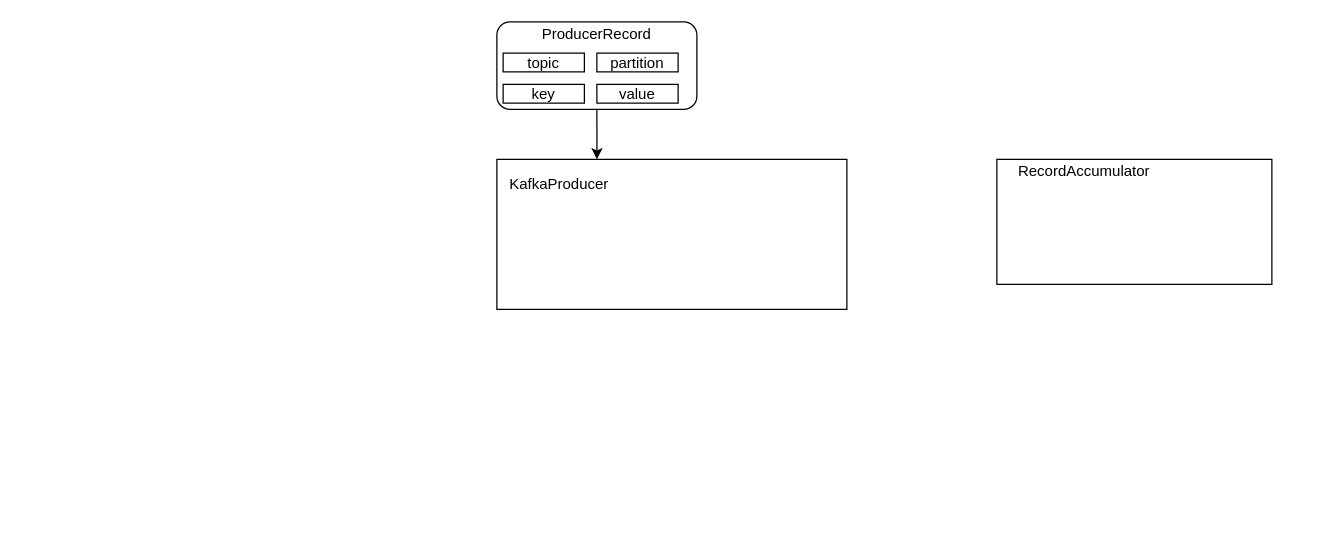
Before: Kafka.drawio in JianHao-Chen/UML, a draw.io diagram. Source tidied: cells renumbered, new cells numbered last; positions are measured from the earlier drawing's top-left corner, leaving out a move shared by most shapes. Both pictures are drawn from the tidied source at 125%, with x=0, y=0 at pixel (496, 21).
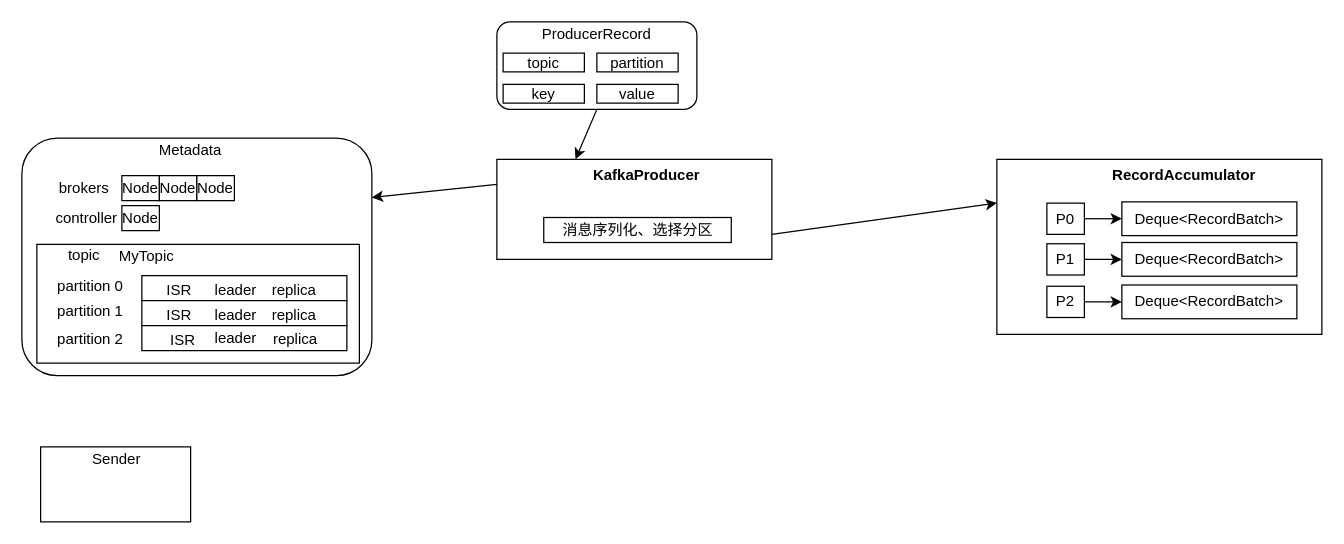
The same page after the edit.

Change to the diagram source:
```diff
@@
+    <mxCell id="13" style="rounded=1;whiteSpace=wrap;html=1;" parent="1" vertex="1">
+      <mxGeometry x="-380" y="93" width="280" height="190" as="geometry" />
+    </mxCell>
+    <mxCell id="14" style="rounded=0;whiteSpace=wrap;html=1;" parent="1" vertex="1">
+      <mxGeometry x="-368" y="178" width="258" height="95" as="geometry" />
+    </mxCell>
     <mxCell id="2" style="rounded=0;whiteSpace=wrap;html=1;" parent="1" vertex="1">
-      <mxGeometry y="110" width="280" height="120" as="geometry" />
+      <mxGeometry y="110" width="220" height="80" as="geometry" />
     </mxCell>
@@
-    <mxCell id="4" value="KafkaProducer" style="text;html=1;strokeColor=none;fillColor=none;align=center;verticalAlign=middle;whiteSpace=wrap;rounded=0;" parent="1" vertex="1">
-      <mxGeometry x="30" y="120" width="40" height="20" as="geometry" />
+    <mxCell id="4" value="&lt;b&gt;KafkaProducer&lt;/b&gt;" style="text;html=1;strokeColor=none;fillColor=none;align=center;verticalAlign=middle;whiteSpace=wrap;rounded=0;" parent="1" vertex="1">
+      <mxGeometry x="100" y="113" width="40" height="20" as="geometry" />
     </mxCell>
@@
     <mxCell id="11" style="rounded=0;whiteSpace=wrap;html=1;" parent="1" vertex="1">
-      <mxGeometry x="400" y="110" width="220" height="100" as="geometry" />
+      <mxGeometry x="400" y="110" width="260" height="140" as="geometry" />
     </mxCell>
-    <mxCell id="12" value="RecordAccumulator" style="text;html=1;strokeColor=none;fillColor=none;align=center;verticalAlign=middle;whiteSpace=wrap;rounded=0;" parent="1" vertex="1">
-      <mxGeometry x="450" y="110" width="40" height="20" as="geometry" />
+    <mxCell id="12" value="&lt;b&gt;RecordAccumulator&lt;/b&gt;" style="text;html=1;strokeColor=none;fillColor=none;align=center;verticalAlign=middle;whiteSpace=wrap;rounded=0;" parent="1" vertex="1">
+      <mxGeometry x="530" y="113" width="40" height="20" as="geometry" />
     </mxCell>
+    <mxCell id="15" value="Metadata" style="text;html=1;strokeColor=none;fillColor=none;align=center;verticalAlign=middle;whiteSpace=wrap;rounded=0;" parent="1" vertex="1">
+      <mxGeometry x="-265" y="93" width="40" height="20" as="geometry" />
+    </mxCell>
+    <mxCell id="16" value="Node" style="rounded=0;whiteSpace=wrap;html=1;" parent="1" vertex="1">
+      <mxGeometry x="-300" y="123" width="30" height="20" as="geometry" />
+    </mxCell>
+    <mxCell id="17" style="rounded=0;whiteSpace=wrap;html=1;" parent="1" vertex="1">
+      <mxGeometry x="-284" y="203" width="164" height="20" as="geometry" />
+    </mxCell>
+    <mxCell id="18" value="brokers" style="text;html=1;strokeColor=none;fillColor=none;align=center;verticalAlign=middle;whiteSpace=wrap;rounded=0;" parent="1" vertex="1">
+      <mxGeometry x="-350" y="123" width="40" height="20" as="geometry" />
+    </mxCell>
+    <mxCell id="19" value="&lt;span style=&quot;white-space: normal&quot;&gt;Node&lt;/span&gt;" style="rounded=0;whiteSpace=wrap;html=1;" parent="1" vertex="1">
+      <mxGeometry x="-270" y="123" width="30" height="20" as="geometry" />
+    </mxCell>
+    <mxCell id="20" value="&lt;span style=&quot;white-space: normal&quot;&gt;Node&lt;/span&gt;" style="rounded=0;whiteSpace=wrap;html=1;" parent="1" vertex="1">
+      <mxGeometry x="-240" y="123" width="30" height="20" as="geometry" />
+    </mxCell>
+    <mxCell id="21" value="&lt;span style=&quot;white-space: normal&quot;&gt;Node&lt;/span&gt;" style="rounded=0;whiteSpace=wrap;html=1;" parent="1" vertex="1">
+      <mxGeometry x="-300" y="147" width="30" height="20" as="geometry" />
+    </mxCell>
+    <mxCell id="22" value="controller" style="text;html=1;strokeColor=none;fillColor=none;align=center;verticalAlign=middle;whiteSpace=wrap;rounded=0;" parent="1" vertex="1">
+      <mxGeometry x="-348" y="147" width="40" height="20" as="geometry" />
+    </mxCell>
+    <mxCell id="23" value="topic" style="text;html=1;strokeColor=none;fillColor=none;align=center;verticalAlign=middle;whiteSpace=wrap;rounded=0;" parent="1" vertex="1">
+      <mxGeometry x="-350" y="177" width="40" height="20" as="geometry" />
+    </mxCell>
+    <mxCell id="24" value="MyTopic" style="text;html=1;strokeColor=none;fillColor=none;align=center;verticalAlign=middle;whiteSpace=wrap;rounded=0;" parent="1" vertex="1">
+      <mxGeometry x="-300" y="178" width="40" height="20" as="geometry" />
+    </mxCell>
+    <mxCell id="25" value="partition 0" style="text;html=1;strokeColor=none;fillColor=none;align=center;verticalAlign=middle;whiteSpace=wrap;rounded=0;" parent="1" vertex="1">
+      <mxGeometry x="-355" y="201.5" width="60" height="20" as="geometry" />
+    </mxCell>
+    <mxCell id="26" value="leader&amp;nbsp;" style="text;html=1;strokeColor=none;fillColor=none;align=center;verticalAlign=middle;whiteSpace=wrap;rounded=0;" parent="1" vertex="1">
+      <mxGeometry x="-232" y="205" width="50" height="19" as="geometry" />
+    </mxCell>
+    <mxCell id="27" value="ISR" style="text;html=1;strokeColor=none;fillColor=none;align=center;verticalAlign=middle;whiteSpace=wrap;rounded=0;" parent="1" vertex="1">
+      <mxGeometry x="-275" y="206" width="42" height="18" as="geometry" />
+    </mxCell>
+    <mxCell id="28" value="replica" style="text;html=1;strokeColor=none;fillColor=none;align=center;verticalAlign=middle;whiteSpace=wrap;rounded=0;" parent="1" vertex="1">
+      <mxGeometry x="-182" y="206" width="40" height="17" as="geometry" />
+    </mxCell>
+    <mxCell id="29" style="rounded=0;whiteSpace=wrap;html=1;" parent="1" vertex="1">
+      <mxGeometry x="-284" y="223" width="164" height="20" as="geometry" />
+    </mxCell>
+    <mxCell id="30" value="partition 1" style="text;html=1;strokeColor=none;fillColor=none;align=center;verticalAlign=middle;whiteSpace=wrap;rounded=0;" parent="1" vertex="1">
+      <mxGeometry x="-355" y="221.5" width="60" height="20" as="geometry" />
+    </mxCell>
+    <mxCell id="31" value="leader&amp;nbsp;" style="text;html=1;strokeColor=none;fillColor=none;align=center;verticalAlign=middle;whiteSpace=wrap;rounded=0;" parent="1" vertex="1">
+      <mxGeometry x="-232" y="225" width="50" height="19" as="geometry" />
+    </mxCell>
+    <mxCell id="32" value="ISR" style="text;html=1;strokeColor=none;fillColor=none;align=center;verticalAlign=middle;whiteSpace=wrap;rounded=0;" parent="1" vertex="1">
+      <mxGeometry x="-275" y="226" width="42" height="18" as="geometry" />
+    </mxCell>
+    <mxCell id="33" value="replica" style="text;html=1;strokeColor=none;fillColor=none;align=center;verticalAlign=middle;whiteSpace=wrap;rounded=0;" parent="1" vertex="1">
+      <mxGeometry x="-182" y="226" width="40" height="17" as="geometry" />
+    </mxCell>
+    <mxCell id="34" style="rounded=0;whiteSpace=wrap;html=1;" parent="1" vertex="1">
+      <mxGeometry x="-284" y="243" width="164" height="20" as="geometry" />
+    </mxCell>
+    <mxCell id="35" value="partition 2" style="text;html=1;strokeColor=none;fillColor=none;align=center;verticalAlign=middle;whiteSpace=wrap;rounded=0;" parent="1" vertex="1">
+      <mxGeometry x="-355" y="243.5" width="60" height="20" as="geometry" />
+    </mxCell>
+    <mxCell id="36" value="replica" style="text;html=1;strokeColor=none;fillColor=none;align=center;verticalAlign=middle;whiteSpace=wrap;rounded=0;" parent="1" vertex="1">
+      <mxGeometry x="-181" y="245" width="40" height="17" as="geometry" />
+    </mxCell>
+    <mxCell id="37" value="ISR" style="text;html=1;strokeColor=none;fillColor=none;align=center;verticalAlign=middle;whiteSpace=wrap;rounded=0;" parent="1" vertex="1">
+      <mxGeometry x="-272" y="246" width="42" height="18" as="geometry" />
+    </mxCell>
+    <mxCell id="38" value="leader&amp;nbsp;" style="text;html=1;strokeColor=none;fillColor=none;align=center;verticalAlign=middle;whiteSpace=wrap;rounded=0;" parent="1" vertex="1">
+      <mxGeometry x="-232" y="243" width="50" height="19" as="geometry" />
+    </mxCell>
+    <mxCell id="39" style="endArrow=classic;html=1;exitX=0;exitY=0.25;exitDx=0;exitDy=0;entryX=1;entryY=0.25;entryDx=0;entryDy=0;" parent="1" edge="1" source="2" target="13">
+      <mxGeometry relative="1" as="geometry" />
+    </mxCell>
+    <mxCell id="40" value="消息序列化、选择分区" style="rounded=0;whiteSpace=wrap;html=1;" parent="1" vertex="1">
+      <mxGeometry x="37.5" y="156.5" width="150" height="20" as="geometry" />
+    </mxCell>
+    <mxCell id="41" value="P0" style="rounded=0;whiteSpace=wrap;html=1;" parent="1" vertex="1">
+      <mxGeometry x="440" y="145" width="30" height="25" as="geometry" />
+    </mxCell>
+    <mxCell id="42" value="&lt;span style=&quot;white-space: normal&quot;&gt;Deque&amp;lt;RecordBatch&amp;gt;&lt;/span&gt;" style="rounded=0;whiteSpace=wrap;html=1;" parent="1" vertex="1">
+      <mxGeometry x="500" y="144" width="140" height="27" as="geometry" />
+    </mxCell>
+    <mxCell id="43" style="endArrow=classic;html=1;exitX=1;exitY=0.5;exitDx=0;exitDy=0;entryX=0;entryY=0.5;entryDx=0;entryDy=0;" parent="1" edge="1" source="41" target="42">
+      <mxGeometry relative="1" as="geometry" />
+    </mxCell>
+    <mxCell id="44" value="P1" style="rounded=0;whiteSpace=wrap;html=1;" parent="1" vertex="1">
+      <mxGeometry x="440" y="177.5" width="30" height="25" as="geometry" />
+    </mxCell>
+    <mxCell id="45" value="&lt;span style=&quot;white-space: normal&quot;&gt;Deque&amp;lt;RecordBatch&amp;gt;&lt;/span&gt;" style="rounded=0;whiteSpace=wrap;html=1;" parent="1" vertex="1">
+      <mxGeometry x="500" y="176.5" width="140" height="27" as="geometry" />
+    </mxCell>
+    <mxCell id="46" style="endArrow=classic;html=1;exitX=1;exitY=0.5;exitDx=0;exitDy=0;entryX=0;entryY=0.5;entryDx=0;entryDy=0;" parent="1" edge="1" source="44" target="45">
+      <mxGeometry relative="1" as="geometry" />
+    </mxCell>
+    <mxCell id="47" value="P2" style="rounded=0;whiteSpace=wrap;html=1;" parent="1" vertex="1">
+      <mxGeometry x="440" y="211.5" width="30" height="25" as="geometry" />
+    </mxCell>
+    <mxCell id="48" value="&lt;span style=&quot;white-space: normal&quot;&gt;Deque&amp;lt;RecordBatch&amp;gt;&lt;/span&gt;" style="rounded=0;whiteSpace=wrap;html=1;" parent="1" vertex="1">
+      <mxGeometry x="500" y="210.5" width="140" height="27" as="geometry" />
+    </mxCell>
+    <mxCell id="49" style="endArrow=classic;html=1;exitX=1;exitY=0.5;exitDx=0;exitDy=0;entryX=0;entryY=0.5;entryDx=0;entryDy=0;" parent="1" edge="1" source="47" target="48">
+      <mxGeometry relative="1" as="geometry" />
+    </mxCell>
+    <mxCell id="50" style="endArrow=classic;html=1;exitX=1;exitY=0.75;exitDx=0;exitDy=0;entryX=0;entryY=0.25;entryDx=0;entryDy=0;" parent="1" edge="1" source="2" target="11">
+      <mxGeometry relative="1" as="geometry" />
+    </mxCell>
+    <mxCell id="51" style="rounded=0;whiteSpace=wrap;html=1;" parent="1" vertex="1">
+      <mxGeometry x="-365" y="340" width="120" height="60" as="geometry" />
+    </mxCell>
+    <mxCell id="52" value="Sender" style="text;html=1;strokeColor=none;fillColor=none;align=center;verticalAlign=middle;whiteSpace=wrap;rounded=0;" parent="1" vertex="1">
+      <mxGeometry x="-324" y="340" width="40" height="20" as="geometry" />
+    </mxCell>
```
